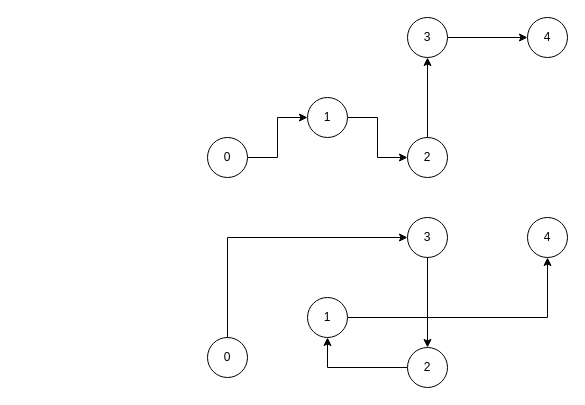
Above: mind/遗传算法初始化的必要性.drawio in YYForReal/DispatchingForPeople (draw.io), before the change. Source tidied: cells renumbered, new cells numbered last; positions are measured from the earlier drawing's top-left corner, leaving out a move shared by most shapes. Both pictures are drawn from the tidied source at 100%, with x=0, y=0 at pixel (207, 17).
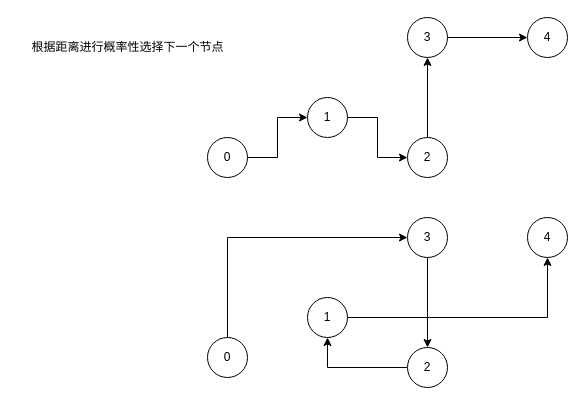
After the change.

Commit message (it also covers changes not shown here):
更新遗传算法初始化的必要性.drawio

Change to the diagram source:
```diff
@@
+    <mxCell id="20" value="根据距离进行概率性选择下一个节点" style="text;html=1;align=center;verticalAlign=middle;strokeColor=none;fillColor=none;" parent="1" vertex="1">
+      <mxGeometry x="-190" y="15" width="220" height="30" as="geometry" />
+    </mxCell>
```
